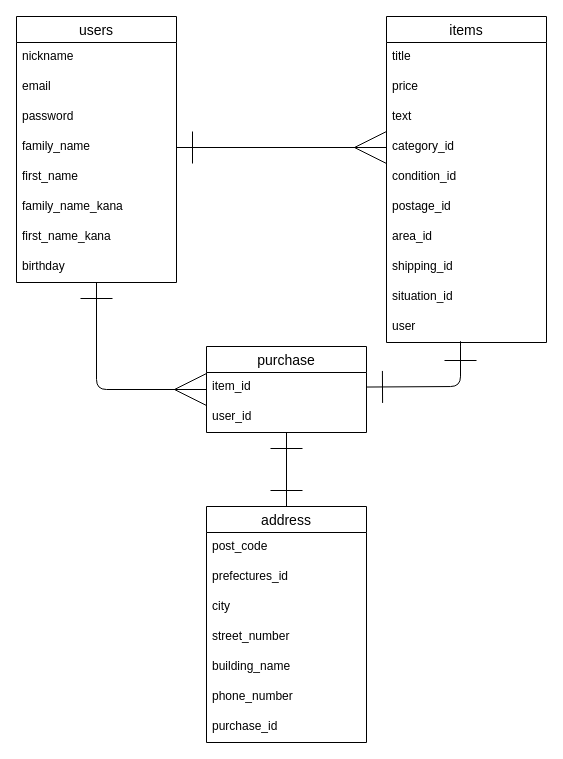
o-moridon/furima-39741 keeps this draw.io diagram as ER.dio. Above is the earlier version. Source tidied: cells renumbered, new cells numbered last; positions are measured from the earlier drawing's top-left corner, leaving out a move shared by most shapes. Both pictures are drawn from the tidied source at 100%, with x=0, y=0 at pixel (16, 16).
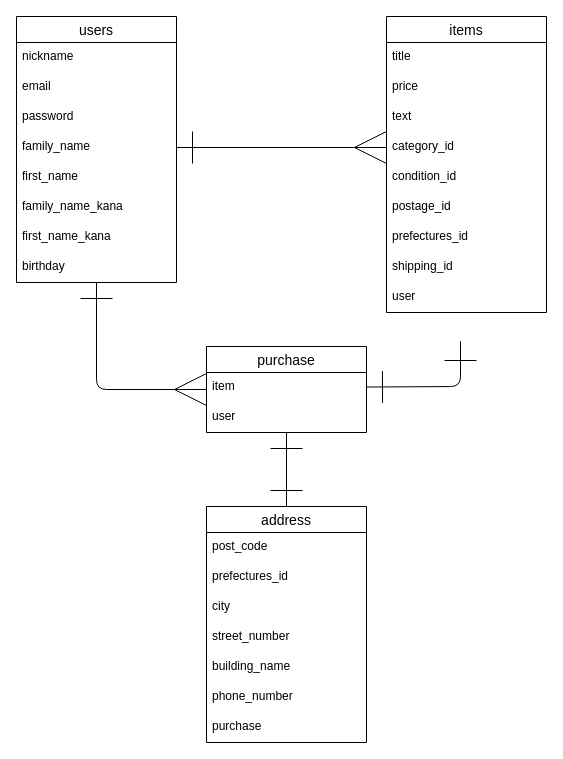
The same diagram, later.

Commit message (it also covers changes not shown here):
database design #3

Unchanged cells that the change refers to:
```xml
<mxCell id="25" value="purchase" style="swimlane;fontStyle=0;horizontal=1;startSize=26;align=center;fontSize=14;" parent="1" vertex="1">
  <mxGeometry x="190" y="330" width="160" height="86" as="geometry" />
</mxCell>
<mxCell id="29" value="address" style="swimlane;fontStyle=0;horizontal=1;startSize=26;align=center;fontSize=14;" parent="1" vertex="1">
  <mxGeometry x="190" y="490" width="160" height="236" as="geometry" />
</mxCell>
```

What changed in the source:
```diff
@@
     <mxCell id="13" value="items" style="swimlane;fontStyle=0;horizontal=1;startSize=26;align=center;fontSize=14;" parent="1" vertex="1">
-      <mxGeometry x="370" width="160" height="326" as="geometry" />
+      <mxGeometry x="370" width="160" height="296" as="geometry" />
     </mxCell>
@@
-    <mxCell id="20" value="area_id" style="text;strokeColor=none;fillColor=none;spacingLeft=4;spacingRight=4;overflow=hidden;fontSize=12;" parent="13" vertex="1">
+    <mxCell id="20" value="prefectures_id" style="text;strokeColor=none;fillColor=none;spacingLeft=4;spacingRight=4;overflow=hidden;fontSize=12;" parent="13" vertex="1">
       <mxGeometry y="206" width="160" height="30" as="geometry" />
     </mxCell>
@@
-    <mxCell id="22" value="situation_id" style="text;strokeColor=none;fillColor=none;spacingLeft=4;spacingRight=4;overflow=hidden;fontSize=12;" parent="13" vertex="1">
-      <mxGeometry y="266" width="160" height="30" as="geometry" />
-    </mxCell>
     <mxCell id="23" value="user" style="text;strokeColor=none;fillColor=none;spacingLeft=4;spacingRight=4;overflow=hidden;fontSize=12;" parent="13" vertex="1">
-      <mxGeometry y="296" width="160" height="30" as="geometry" />
+      <mxGeometry y="266" width="160" height="30" as="geometry" />
     </mxCell>
@@
-    <mxCell id="27" value="item_id" style="text;strokeColor=none;fillColor=none;spacingLeft=4;spacingRight=4;overflow=hidden;points=[[0,0.5],[1,0.5]];portConstraint=eastwest;fontSize=12;" parent="25" vertex="1">
+    <mxCell id="27" value="item" style="text;strokeColor=none;fillColor=none;spacingLeft=4;spacingRight=4;overflow=hidden;points=[[0,0.5],[1,0.5]];portConstraint=eastwest;fontSize=12;" parent="25" vertex="1">
       <mxGeometry y="26" width="160" height="30" as="geometry" />
     </mxCell>
-    <mxCell id="28" value="user_id" style="text;strokeColor=none;fillColor=none;spacingLeft=4;spacingRight=4;overflow=hidden;points=[[0,0.5],[1,0.5]];portConstraint=eastwest;fontSize=12;" parent="25" vertex="1">
+    <mxCell id="28" value="user" style="text;strokeColor=none;fillColor=none;spacingLeft=4;spacingRight=4;overflow=hidden;points=[[0,0.5],[1,0.5]];portConstraint=eastwest;fontSize=12;" parent="25" vertex="1">
       <mxGeometry y="56" width="160" height="30" as="geometry" />
     </mxCell>
@@
-    <mxCell id="36" value="purchase_id" style="text;strokeColor=none;fillColor=none;spacingLeft=4;spacingRight=4;overflow=hidden;fontSize=12;" parent="29" vertex="1">
+    <mxCell id="36" value="purchase" style="text;strokeColor=none;fillColor=none;spacingLeft=4;spacingRight=4;overflow=hidden;fontSize=12;" parent="29" vertex="1">
       <mxGeometry y="206" width="160" height="30" as="geometry" />
     </mxCell>
```
